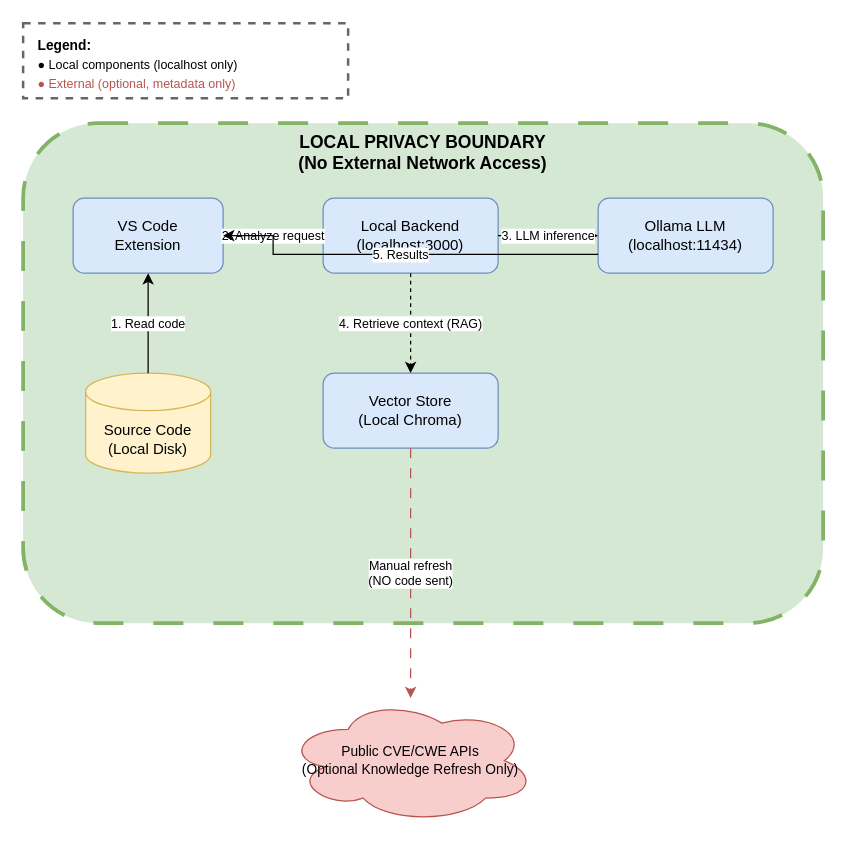
The draw.io diagram code-guardian-thesis-report/images/privacy_boundary.drawio in mdhafizur/tuc-master-thesis, before the edit. Source tidied: cells renumbered, new cells numbered last; positions are measured from the earlier drawing's top-left corner, leaving out a move shared by most shapes. Both pictures are drawn from the tidied source at 125%, with x=0, y=0 at pixel (22, 22).
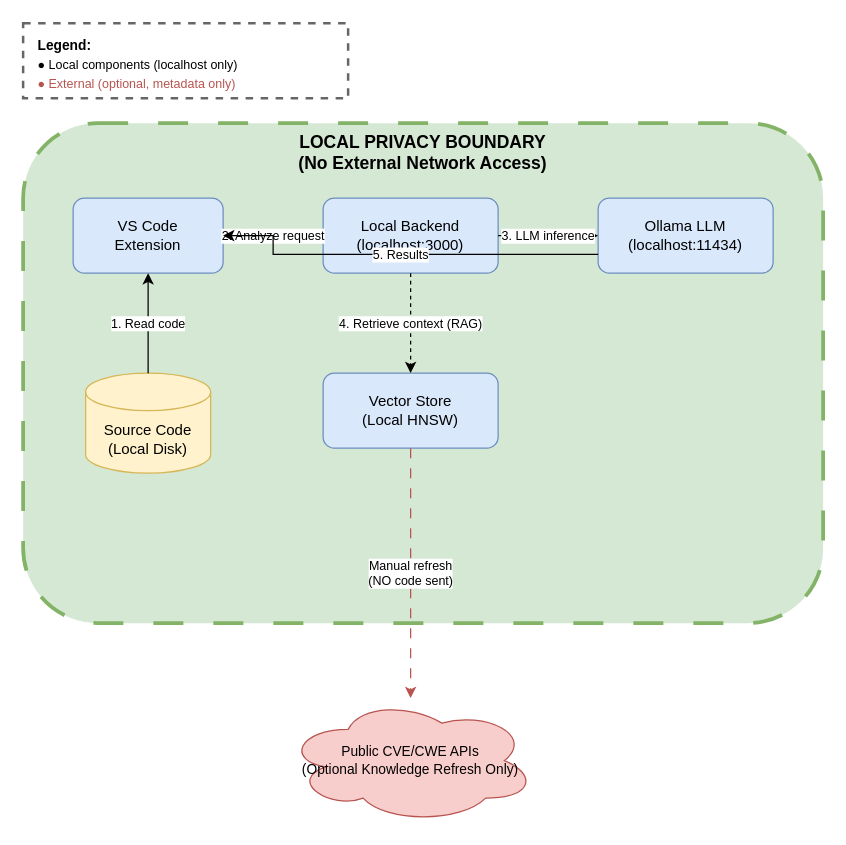
After the change.

Change to the diagram source:
```diff
@@
-    <mxCell id="6" value="Vector Store&#10;(Local Chroma)" style="rounded=1;whiteSpace=wrap;html=1;fillColor=#dae8fc;strokeColor=#6c8ebf;fontSize=12;" parent="1" vertex="1">
+    <mxCell id="6" value="Vector Store&#10;(Local HNSW)" style="rounded=1;whiteSpace=wrap;html=1;fillColor=#dae8fc;strokeColor=#6c8ebf;fontSize=12;" parent="1" vertex="1">
       <mxGeometry x="240" y="280" width="140" height="60" as="geometry" />
     </mxCell>
```
